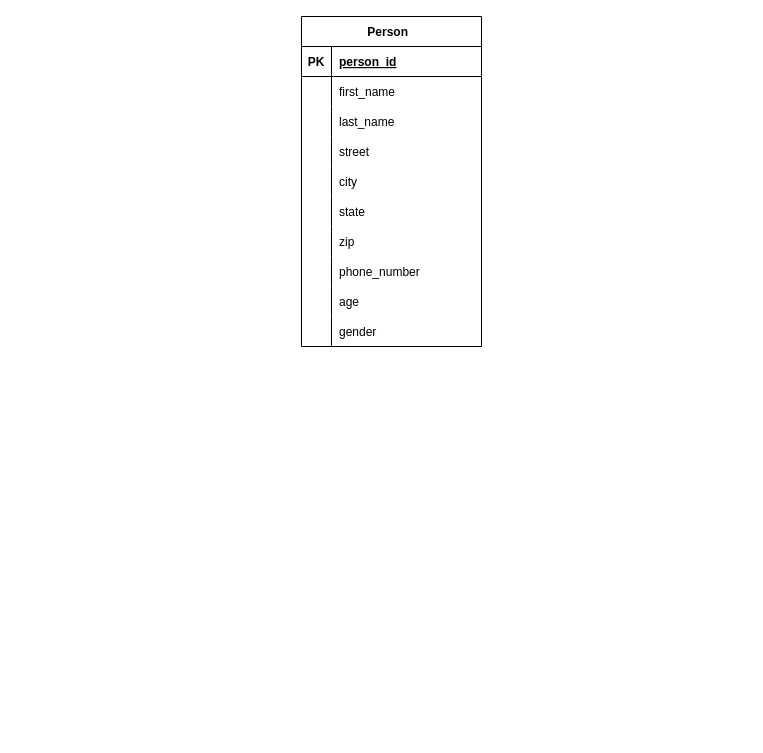
GitLlamma/UML_Diagrams keeps this draw.io diagram as SQLER.drawio. Above is the earlier version. Source tidied: cells renumbered, new cells numbered last; positions are measured from the earlier drawing's top-left corner, leaving out a move shared by most shapes. Both pictures are drawn from the tidied source at 100%, with x=0, y=0 at pixel (301, 16).
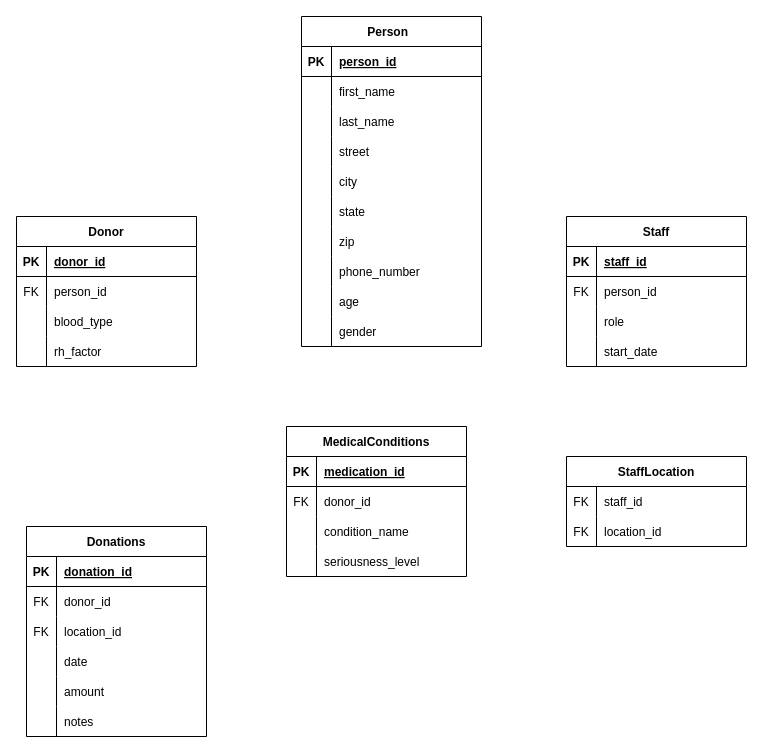
Above is the later version.

The edit, as a diff of the source:
```diff
@@
+    <mxCell id="33" value="Donor" style="shape=table;startSize=30;childLayout=tableLayout;rowLines=0;fontStyle=1;align=center;" parent="1" vertex="1">
+      <mxGeometry x="-285" y="200" width="180" height="150" as="geometry" />
+    </mxCell>
+    <mxCell id="34" style="shape=tableRow;horizontal=0;startSize=0;swimlaneHead=0;swimlaneBody=0;fillColor=none;top=0;left=0;right=0;bottom=1;" parent="33" vertex="1">
+      <mxGeometry y="30" width="180" height="30" as="geometry" />
+    </mxCell>
+    <mxCell id="35" value="PK" style="shape=partialRectangle;fillColor=none;top=0;left=0;bottom=0;right=0;fontStyle=1;overflow=hidden;" parent="34" vertex="1">
+      <mxGeometry width="30" height="30" as="geometry" />
+    </mxCell>
+    <mxCell id="36" value="donor_id" style="shape=partialRectangle;fillColor=none;top=0;left=0;bottom=0;right=0;align=left;spacingLeft=6;fontStyle=5;overflow=hidden;" parent="34" vertex="1">
+      <mxGeometry x="30" width="150" height="30" as="geometry" />
+    </mxCell>
+    <mxCell id="37" style="shape=tableRow;horizontal=0;startSize=0;swimlaneHead=0;swimlaneBody=0;fillColor=none;top=0;left=0;right=0;bottom=0;" parent="33" vertex="1">
+      <mxGeometry y="60" width="180" height="30" as="geometry" />
+    </mxCell>
+    <mxCell id="38" value="FK" style="shape=partialRectangle;fillColor=none;top=0;left=0;bottom=0;right=0;fontStyle=0;overflow=hidden;" parent="37" vertex="1">
+      <mxGeometry width="30" height="30" as="geometry" />
+    </mxCell>
+    <mxCell id="39" value="person_id" style="shape=partialRectangle;fillColor=none;top=0;left=0;bottom=0;right=0;align=left;spacingLeft=6;fontStyle=0;overflow=hidden;" parent="37" vertex="1">
+      <mxGeometry x="30" width="150" height="30" as="geometry" />
+    </mxCell>
+    <mxCell id="40" style="shape=tableRow;horizontal=0;startSize=0;swimlaneHead=0;swimlaneBody=0;fillColor=none;top=0;left=0;right=0;bottom=0;" parent="33" vertex="1">
+      <mxGeometry y="90" width="180" height="30" as="geometry" />
+    </mxCell>
+    <mxCell id="41" style="shape=partialRectangle;fillColor=none;top=0;left=0;bottom=0;right=0;overflow=hidden;" parent="40" vertex="1">
+      <mxGeometry width="30" height="30" as="geometry" />
+    </mxCell>
+    <mxCell id="42" value="blood_type" style="shape=partialRectangle;fillColor=none;top=0;left=0;bottom=0;right=0;align=left;spacingLeft=6;overflow=hidden;" parent="40" vertex="1">
+      <mxGeometry x="30" width="150" height="30" as="geometry" />
+    </mxCell>
+    <mxCell id="43" style="shape=tableRow;horizontal=0;startSize=0;swimlaneHead=0;swimlaneBody=0;fillColor=none;top=0;left=0;right=0;bottom=0;" parent="33" vertex="1">
+      <mxGeometry y="120" width="180" height="30" as="geometry" />
+    </mxCell>
+    <mxCell id="44" style="shape=partialRectangle;fillColor=none;top=0;left=0;bottom=0;right=0;overflow=hidden;" parent="43" vertex="1">
+      <mxGeometry width="30" height="30" as="geometry" />
+    </mxCell>
+    <mxCell id="45" value="rh_factor" style="shape=partialRectangle;fillColor=none;top=0;left=0;bottom=0;right=0;align=left;spacingLeft=6;overflow=hidden;" parent="43" vertex="1">
+      <mxGeometry x="30" width="150" height="30" as="geometry" />
+    </mxCell>
+    <mxCell id="46" value="Staff" style="shape=table;startSize=30;childLayout=tableLayout;rowLines=0;fontStyle=1;align=center;" parent="1" vertex="1">
+      <mxGeometry x="265" y="200" width="180" height="150" as="geometry" />
+    </mxCell>
+    <mxCell id="47" style="shape=tableRow;horizontal=0;startSize=0;swimlaneHead=0;swimlaneBody=0;fillColor=none;top=0;left=0;right=0;bottom=1;" parent="46" vertex="1">
+      <mxGeometry y="30" width="180" height="30" as="geometry" />
+    </mxCell>
+    <mxCell id="48" value="PK" style="shape=partialRectangle;fillColor=none;top=0;left=0;bottom=0;right=0;fontStyle=1;overflow=hidden;" parent="47" vertex="1">
+      <mxGeometry width="30" height="30" as="geometry" />
+    </mxCell>
+    <mxCell id="49" value="staff_id" style="shape=partialRectangle;fillColor=none;top=0;left=0;bottom=0;right=0;align=left;spacingLeft=6;fontStyle=5;overflow=hidden;" parent="47" vertex="1">
+      <mxGeometry x="30" width="150" height="30" as="geometry" />
+    </mxCell>
+    <mxCell id="50" style="shape=tableRow;horizontal=0;startSize=0;swimlaneHead=0;swimlaneBody=0;fillColor=none;top=0;left=0;right=0;bottom=0;" parent="46" vertex="1">
+      <mxGeometry y="60" width="180" height="30" as="geometry" />
+    </mxCell>
+    <mxCell id="51" value="FK" style="shape=partialRectangle;fillColor=none;top=0;left=0;bottom=0;right=0;fontStyle=0;overflow=hidden;" parent="50" vertex="1">
+      <mxGeometry width="30" height="30" as="geometry" />
+    </mxCell>
+    <mxCell id="52" value="person_id" style="shape=partialRectangle;fillColor=none;top=0;left=0;bottom=0;right=0;align=left;spacingLeft=6;fontStyle=0;overflow=hidden;" parent="50" vertex="1">
+      <mxGeometry x="30" width="150" height="30" as="geometry" />
+    </mxCell>
+    <mxCell id="53" style="shape=tableRow;horizontal=0;startSize=0;swimlaneHead=0;swimlaneBody=0;fillColor=none;top=0;left=0;right=0;bottom=0;" parent="46" vertex="1">
+      <mxGeometry y="90" width="180" height="30" as="geometry" />
+    </mxCell>
+    <mxCell id="54" style="shape=partialRectangle;fillColor=none;top=0;left=0;bottom=0;right=0;overflow=hidden;" parent="53" vertex="1">
+      <mxGeometry width="30" height="30" as="geometry" />
+    </mxCell>
+    <mxCell id="55" value="role" style="shape=partialRectangle;fillColor=none;top=0;left=0;bottom=0;right=0;align=left;spacingLeft=6;overflow=hidden;" parent="53" vertex="1">
+      <mxGeometry x="30" width="150" height="30" as="geometry" />
+    </mxCell>
+    <mxCell id="56" style="shape=tableRow;horizontal=0;startSize=0;swimlaneHead=0;swimlaneBody=0;fillColor=none;top=0;left=0;right=0;bottom=0;" parent="46" vertex="1">
+      <mxGeometry y="120" width="180" height="30" as="geometry" />
+    </mxCell>
+    <mxCell id="57" style="shape=partialRectangle;fillColor=none;top=0;left=0;bottom=0;right=0;overflow=hidden;" parent="56" vertex="1">
+      <mxGeometry width="30" height="30" as="geometry" />
+    </mxCell>
+    <mxCell id="58" value="start_date" style="shape=partialRectangle;fillColor=none;top=0;left=0;bottom=0;right=0;align=left;spacingLeft=6;overflow=hidden;" parent="56" vertex="1">
+      <mxGeometry x="30" width="150" height="30" as="geometry" />
+    </mxCell>
+    <mxCell id="59" value="MedicalConditions" style="shape=table;startSize=30;childLayout=tableLayout;rowLines=0;fontStyle=1;align=center;" parent="1" vertex="1">
+      <mxGeometry x="-15" y="410" width="180" height="150" as="geometry" />
+    </mxCell>
+    <mxCell id="60" style="shape=tableRow;horizontal=0;startSize=0;swimlaneHead=0;swimlaneBody=0;fillColor=none;top=0;left=0;right=0;bottom=1;" parent="59" vertex="1">
+      <mxGeometry y="30" width="180" height="30" as="geometry" />
+    </mxCell>
+    <mxCell id="61" value="PK" style="shape=partialRectangle;fillColor=none;top=0;left=0;bottom=0;right=0;fontStyle=1;overflow=hidden;" parent="60" vertex="1">
+      <mxGeometry width="30" height="30" as="geometry" />
+    </mxCell>
+    <mxCell id="62" value="medication_id" style="shape=partialRectangle;fillColor=none;top=0;left=0;bottom=0;right=0;align=left;spacingLeft=6;fontStyle=5;overflow=hidden;" parent="60" vertex="1">
+      <mxGeometry x="30" width="150" height="30" as="geometry" />
+    </mxCell>
+    <mxCell id="63" style="shape=tableRow;horizontal=0;startSize=0;swimlaneHead=0;swimlaneBody=0;fillColor=none;top=0;left=0;right=0;bottom=0;" parent="59" vertex="1">
+      <mxGeometry y="60" width="180" height="30" as="geometry" />
+    </mxCell>
+    <mxCell id="64" value="FK" style="shape=partialRectangle;fillColor=none;top=0;left=0;bottom=0;right=0;fontStyle=0;overflow=hidden;" parent="63" vertex="1">
+      <mxGeometry width="30" height="30" as="geometry" />
+    </mxCell>
+    <mxCell id="65" value="donor_id" style="shape=partialRectangle;fillColor=none;top=0;left=0;bottom=0;right=0;align=left;spacingLeft=6;fontStyle=0;overflow=hidden;" parent="63" vertex="1">
+      <mxGeometry x="30" width="150" height="30" as="geometry" />
+    </mxCell>
+    <mxCell id="66" style="shape=tableRow;horizontal=0;startSize=0;swimlaneHead=0;swimlaneBody=0;fillColor=none;top=0;left=0;right=0;bottom=0;" parent="59" vertex="1">
+      <mxGeometry y="90" width="180" height="30" as="geometry" />
+    </mxCell>
+    <mxCell id="67" style="shape=partialRectangle;fillColor=none;top=0;left=0;bottom=0;right=0;overflow=hidden;" parent="66" vertex="1">
+      <mxGeometry width="30" height="30" as="geometry" />
+    </mxCell>
+    <mxCell id="68" value="condition_name" style="shape=partialRectangle;fillColor=none;top=0;left=0;bottom=0;right=0;align=left;spacingLeft=6;overflow=hidden;" parent="66" vertex="1">
+      <mxGeometry x="30" width="150" height="30" as="geometry" />
+    </mxCell>
+    <mxCell id="69" style="shape=tableRow;horizontal=0;startSize=0;swimlaneHead=0;swimlaneBody=0;fillColor=none;top=0;left=0;right=0;bottom=0;" parent="59" vertex="1">
+      <mxGeometry y="120" width="180" height="30" as="geometry" />
+    </mxCell>
+    <mxCell id="70" style="shape=partialRectangle;fillColor=none;top=0;left=0;bottom=0;right=0;overflow=hidden;" parent="69" vertex="1">
+      <mxGeometry width="30" height="30" as="geometry" />
+    </mxCell>
+    <mxCell id="71" value="seriousness_level" style="shape=partialRectangle;fillColor=none;top=0;left=0;bottom=0;right=0;align=left;spacingLeft=6;overflow=hidden;" parent="69" vertex="1">
+      <mxGeometry x="30" width="150" height="30" as="geometry" />
+    </mxCell>
+    <mxCell id="72" value="Donations" style="shape=table;startSize=30;childLayout=tableLayout;rowLines=0;fontStyle=1;align=center;" parent="1" vertex="1">
+      <mxGeometry x="-275" y="510" width="180" height="210" as="geometry" />
+    </mxCell>
+    <mxCell id="73" style="shape=tableRow;horizontal=0;startSize=0;swimlaneHead=0;swimlaneBody=0;fillColor=none;top=0;left=0;right=0;bottom=1;" parent="72" vertex="1">
+      <mxGeometry y="30" width="180" height="30" as="geometry" />
+    </mxCell>
+    <mxCell id="74" value="PK" style="shape=partialRectangle;fillColor=none;top=0;left=0;bottom=0;right=0;fontStyle=1;overflow=hidden;" parent="73" vertex="1">
+      <mxGeometry width="30" height="30" as="geometry" />
+    </mxCell>
+    <mxCell id="75" value="donation_id" style="shape=partialRectangle;fillColor=none;top=0;left=0;bottom=0;right=0;align=left;spacingLeft=6;fontStyle=5;overflow=hidden;" parent="73" vertex="1">
+      <mxGeometry x="30" width="150" height="30" as="geometry" />
+    </mxCell>
+    <mxCell id="76" style="shape=tableRow;horizontal=0;startSize=0;swimlaneHead=0;swimlaneBody=0;fillColor=none;top=0;left=0;right=0;bottom=0;" parent="72" vertex="1">
+      <mxGeometry y="60" width="180" height="30" as="geometry" />
+    </mxCell>
+    <mxCell id="77" value="FK" style="shape=partialRectangle;fillColor=none;top=0;left=0;bottom=0;right=0;fontStyle=0;overflow=hidden;" parent="76" vertex="1">
+      <mxGeometry width="30" height="30" as="geometry" />
+    </mxCell>
+    <mxCell id="78" value="donor_id" style="shape=partialRectangle;fillColor=none;top=0;left=0;bottom=0;right=0;align=left;spacingLeft=6;fontStyle=0;overflow=hidden;" parent="76" vertex="1">
+      <mxGeometry x="30" width="150" height="30" as="geometry" />
+    </mxCell>
+    <mxCell id="79" style="shape=tableRow;horizontal=0;startSize=0;swimlaneHead=0;swimlaneBody=0;fillColor=none;top=0;left=0;right=0;bottom=0;" parent="72" vertex="1">
+      <mxGeometry y="90" width="180" height="30" as="geometry" />
+    </mxCell>
+    <mxCell id="80" value="FK" style="shape=partialRectangle;fillColor=none;top=0;left=0;bottom=0;right=0;fontStyle=0;overflow=hidden;" parent="79" vertex="1">
+      <mxGeometry width="30" height="30" as="geometry" />
+    </mxCell>
+    <mxCell id="81" value="location_id" style="shape=partialRectangle;fillColor=none;top=0;left=0;bottom=0;right=0;align=left;spacingLeft=6;fontStyle=0;overflow=hidden;" parent="79" vertex="1">
+      <mxGeometry x="30" width="150" height="30" as="geometry" />
+    </mxCell>
+    <mxCell id="82" style="shape=tableRow;horizontal=0;startSize=0;swimlaneHead=0;swimlaneBody=0;fillColor=none;top=0;left=0;right=0;bottom=0;" parent="72" vertex="1">
+      <mxGeometry y="120" width="180" height="30" as="geometry" />
+    </mxCell>
+    <mxCell id="83" style="shape=partialRectangle;fillColor=none;top=0;left=0;bottom=0;right=0;overflow=hidden;" parent="82" vertex="1">
+      <mxGeometry width="30" height="30" as="geometry" />
+    </mxCell>
+    <mxCell id="84" value="date" style="shape=partialRectangle;fillColor=none;top=0;left=0;bottom=0;right=0;align=left;spacingLeft=6;overflow=hidden;" parent="82" vertex="1">
+      <mxGeometry x="30" width="150" height="30" as="geometry" />
+    </mxCell>
+    <mxCell id="85" style="shape=tableRow;horizontal=0;startSize=0;swimlaneHead=0;swimlaneBody=0;fillColor=none;top=0;left=0;right=0;bottom=0;" parent="72" vertex="1">
+      <mxGeometry y="150" width="180" height="30" as="geometry" />
+    </mxCell>
+    <mxCell id="86" style="shape=partialRectangle;fillColor=none;top=0;left=0;bottom=0;right=0;overflow=hidden;" parent="85" vertex="1">
+      <mxGeometry width="30" height="30" as="geometry" />
+    </mxCell>
+    <mxCell id="87" value="amount" style="shape=partialRectangle;fillColor=none;top=0;left=0;bottom=0;right=0;align=left;spacingLeft=6;overflow=hidden;" parent="85" vertex="1">
+      <mxGeometry x="30" width="150" height="30" as="geometry" />
+    </mxCell>
+    <mxCell id="88" style="shape=tableRow;horizontal=0;startSize=0;swimlaneHead=0;swimlaneBody=0;fillColor=none;top=0;left=0;right=0;bottom=0;" parent="72" vertex="1">
+      <mxGeometry y="180" width="180" height="30" as="geometry" />
+    </mxCell>
+    <mxCell id="89" style="shape=partialRectangle;fillColor=none;top=0;left=0;bottom=0;right=0;overflow=hidden;" parent="88" vertex="1">
+      <mxGeometry width="30" height="30" as="geometry" />
+    </mxCell>
+    <mxCell id="90" value="notes" style="shape=partialRectangle;fillColor=none;top=0;left=0;bottom=0;right=0;align=left;spacingLeft=6;overflow=hidden;" parent="88" vertex="1">
+      <mxGeometry x="30" width="150" height="30" as="geometry" />
+    </mxCell>
+    <mxCell id="91" value="StaffLocation" style="shape=table;startSize=30;childLayout=tableLayout;rowLines=0;fontStyle=1;align=center;" parent="1" vertex="1">
+      <mxGeometry x="265" y="440" width="180" height="90" as="geometry" />
+    </mxCell>
+    <mxCell id="92" style="shape=tableRow;horizontal=0;startSize=0;swimlaneHead=0;swimlaneBody=0;fillColor=none;top=0;left=0;right=0;bottom=0;" parent="91" vertex="1">
+      <mxGeometry y="30" width="180" height="30" as="geometry" />
+    </mxCell>
+    <mxCell id="93" value="FK" style="shape=partialRectangle;fillColor=none;top=0;left=0;bottom=0;right=0;fontStyle=0;overflow=hidden;" parent="92" vertex="1">
+      <mxGeometry width="30" height="30" as="geometry" />
+    </mxCell>
+    <mxCell id="94" value="staff_id" style="shape=partialRectangle;fillColor=none;top=0;left=0;bottom=0;right=0;align=left;spacingLeft=6;fontStyle=0;overflow=hidden;" parent="92" vertex="1">
+      <mxGeometry x="30" width="150" height="30" as="geometry" />
+    </mxCell>
+    <mxCell id="95" style="shape=tableRow;horizontal=0;startSize=0;swimlaneHead=0;swimlaneBody=0;fillColor=none;top=0;left=0;right=0;bottom=0;" parent="91" vertex="1">
+      <mxGeometry y="60" width="180" height="30" as="geometry" />
+    </mxCell>
+    <mxCell id="96" value="FK" style="shape=partialRectangle;fillColor=none;top=0;left=0;bottom=0;right=0;fontStyle=0;overflow=hidden;" parent="95" vertex="1">
+      <mxGeometry width="30" height="30" as="geometry" />
+    </mxCell>
+    <mxCell id="97" value="location_id" style="shape=partialRectangle;fillColor=none;top=0;left=0;bottom=0;right=0;align=left;spacingLeft=6;fontStyle=0;overflow=hidden;" parent="95" vertex="1">
+      <mxGeometry x="30" width="150" height="30" as="geometry" />
+    </mxCell>
```
